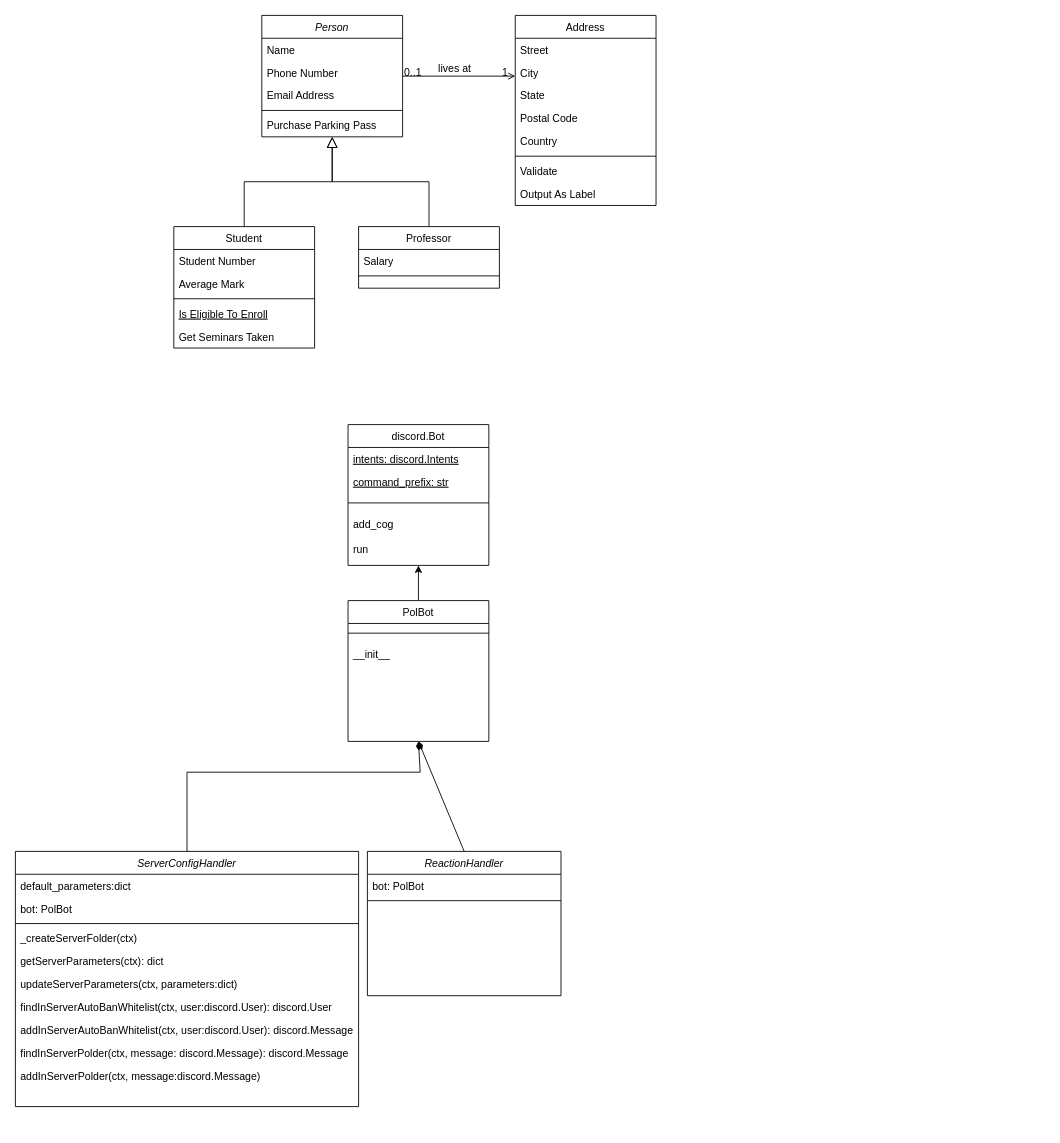
Earlier version of the draw.io diagram Untitled Diagram.drawio (abdann/polbot). Source tidied: cells renumbered, new cells numbered last; positions are measured from the earlier drawing's top-left corner, leaving out a move shared by most shapes. Both pictures are drawn from the tidied source at 88%, with x=0, y=0 at pixel (15, 15).
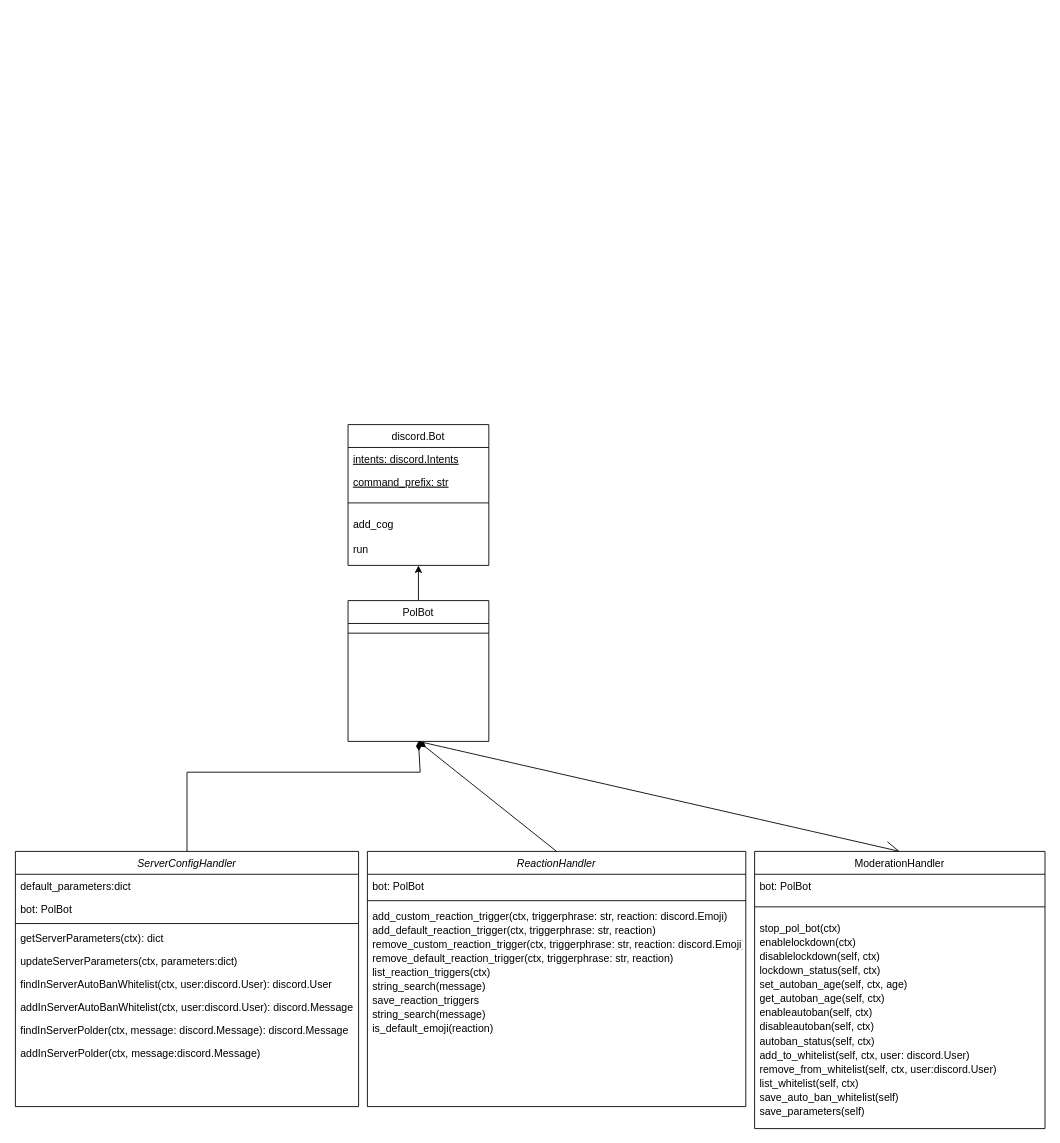
The same page after the edit.

Commit message:
Guild Specific Prototype

Unchanged cells that the change refers to:
```xml
<mxCell id="32" value="ServerConfigHandler" style="swimlane;fontStyle=2;align=center;verticalAlign=top;horizontal=1;startSize=26;rounded=0;shadow=0;strokeWidth=1;" parent="1" vertex="1">
  <mxGeometry y="950" width="390" height="290" as="geometry" />
</mxCell>
<mxCell id="51" value="PolBot" style="swimlane;fontStyle=0;align=center;verticalAlign=top;horizontal=1;startSize=26;rounded=0;shadow=0;strokeWidth=1;" parent="1" vertex="1">
  <mxGeometry x="378" y="665" width="160" height="160" as="geometry" />
</mxCell>
```

Change to the diagram source:
```diff
@@
-    <mxCell id="2" value="Person" style="swimlane;fontStyle=2;align=center;verticalAlign=top;horizontal=1;startSize=26;rounded=0;shadow=0;strokeWidth=1;" parent="1" vertex="1">
-      <mxGeometry x="280" width="160" height="138" as="geometry" />
-    </mxCell>
-    <mxCell id="3" value="Name" style="text;align=left;verticalAlign=top;spacingLeft=4;spacingRight=4;overflow=hidden;" parent="2" vertex="1">
-      <mxGeometry y="26" width="160" height="26" as="geometry" />
-    </mxCell>
-    <mxCell id="4" value="Phone Number" style="text;align=left;verticalAlign=top;spacingLeft=4;spacingRight=4;overflow=hidden;rounded=0;shadow=0;html=0;" parent="2" vertex="1">
-      <mxGeometry y="52" width="160" height="26" as="geometry" />
-    </mxCell>
-    <mxCell id="5" value="Email Address" style="text;align=left;verticalAlign=top;spacingLeft=4;spacingRight=4;overflow=hidden;rounded=0;shadow=0;html=0;" parent="2" vertex="1">
-      <mxGeometry y="78" width="160" height="26" as="geometry" />
-    </mxCell>
-    <mxCell id="6" style="line;html=1;strokeWidth=1;align=left;verticalAlign=middle;spacingTop=-1;spacingLeft=3;spacingRight=3;labelPosition=right;" parent="2" vertex="1">
-      <mxGeometry y="104" width="160" height="8" as="geometry" />
-    </mxCell>
-    <mxCell id="7" value="Purchase Parking Pass" style="text;align=left;verticalAlign=top;spacingLeft=4;spacingRight=4;overflow=hidden;" parent="2" vertex="1">
-      <mxGeometry y="112" width="160" height="26" as="geometry" />
-    </mxCell>
-    <mxCell id="8" value="Student" style="swimlane;fontStyle=0;align=center;verticalAlign=top;horizontal=1;startSize=26;rounded=0;shadow=0;strokeWidth=1;" parent="1" vertex="1">
-      <mxGeometry x="180" y="240" width="160" height="138" as="geometry" />
-    </mxCell>
-    <mxCell id="9" value="Student Number" style="text;align=left;verticalAlign=top;spacingLeft=4;spacingRight=4;overflow=hidden;" parent="8" vertex="1">
-      <mxGeometry y="26" width="160" height="26" as="geometry" />
-    </mxCell>
-    <mxCell id="10" value="Average Mark" style="text;align=left;verticalAlign=top;spacingLeft=4;spacingRight=4;overflow=hidden;rounded=0;shadow=0;html=0;" parent="8" vertex="1">
-      <mxGeometry y="52" width="160" height="26" as="geometry" />
-    </mxCell>
-    <mxCell id="11" style="line;html=1;strokeWidth=1;align=left;verticalAlign=middle;spacingTop=-1;spacingLeft=3;spacingRight=3;labelPosition=right;" parent="8" vertex="1">
-      <mxGeometry y="78" width="160" height="8" as="geometry" />
-    </mxCell>
-    <mxCell id="12" value="Is Eligible To Enroll" style="text;align=left;verticalAlign=top;spacingLeft=4;spacingRight=4;overflow=hidden;fontStyle=4;" parent="8" vertex="1">
-      <mxGeometry y="86" width="160" height="26" as="geometry" />
-    </mxCell>
-    <mxCell id="13" value="Get Seminars Taken" style="text;align=left;verticalAlign=top;spacingLeft=4;spacingRight=4;overflow=hidden;" parent="8" vertex="1">
-      <mxGeometry y="112" width="160" height="26" as="geometry" />
-    </mxCell>
-    <mxCell id="14" style="endArrow=block;endSize=10;endFill=0;shadow=0;strokeWidth=1;rounded=0;edgeStyle=elbowEdgeStyle;elbow=vertical;" parent="1" edge="1" source="8" target="2">
-      <mxGeometry relative="1" as="geometry" />
-    </mxCell>
-    <mxCell id="15" value="Professor" style="swimlane;fontStyle=0;align=center;verticalAlign=top;horizontal=1;startSize=26;rounded=0;shadow=0;strokeWidth=1;" parent="1" vertex="1">
-      <mxGeometry x="390" y="240" width="160" height="70" as="geometry" />
-    </mxCell>
-    <mxCell id="16" value="Salary" style="text;align=left;verticalAlign=top;spacingLeft=4;spacingRight=4;overflow=hidden;" parent="15" vertex="1">
-      <mxGeometry y="26" width="160" height="26" as="geometry" />
-    </mxCell>
-    <mxCell id="17" style="line;html=1;strokeWidth=1;align=left;verticalAlign=middle;spacingTop=-1;spacingLeft=3;spacingRight=3;labelPosition=right;" parent="15" vertex="1">
-      <mxGeometry y="52" width="160" height="8" as="geometry" />
-    </mxCell>
-    <mxCell id="18" style="endArrow=block;endSize=10;endFill=0;shadow=0;strokeWidth=1;rounded=0;edgeStyle=elbowEdgeStyle;elbow=vertical;" parent="1" edge="1" source="15" target="2">
-      <mxGeometry relative="1" as="geometry" />
-    </mxCell>
-    <mxCell id="19" value="Address" style="swimlane;fontStyle=0;align=center;verticalAlign=top;horizontal=1;startSize=26;rounded=0;shadow=0;strokeWidth=1;" parent="1" vertex="1">
-      <mxGeometry x="568" width="160" height="216" as="geometry" />
-    </mxCell>
-    <mxCell id="20" value="Street" style="text;align=left;verticalAlign=top;spacingLeft=4;spacingRight=4;overflow=hidden;" parent="19" vertex="1">
-      <mxGeometry y="26" width="160" height="26" as="geometry" />
-    </mxCell>
-    <mxCell id="21" value="City" style="text;align=left;verticalAlign=top;spacingLeft=4;spacingRight=4;overflow=hidden;rounded=0;shadow=0;html=0;" parent="19" vertex="1">
-      <mxGeometry y="52" width="160" height="26" as="geometry" />
-    </mxCell>
-    <mxCell id="22" value="State" style="text;align=left;verticalAlign=top;spacingLeft=4;spacingRight=4;overflow=hidden;rounded=0;shadow=0;html=0;" parent="19" vertex="1">
-      <mxGeometry y="78" width="160" height="26" as="geometry" />
-    </mxCell>
-    <mxCell id="23" value="Postal Code" style="text;align=left;verticalAlign=top;spacingLeft=4;spacingRight=4;overflow=hidden;rounded=0;shadow=0;html=0;" parent="19" vertex="1">
-      <mxGeometry y="104" width="160" height="26" as="geometry" />
-    </mxCell>
-    <mxCell id="24" value="Country" style="text;align=left;verticalAlign=top;spacingLeft=4;spacingRight=4;overflow=hidden;rounded=0;shadow=0;html=0;" parent="19" vertex="1">
-      <mxGeometry y="130" width="160" height="26" as="geometry" />
-    </mxCell>
-    <mxCell id="25" style="line;html=1;strokeWidth=1;align=left;verticalAlign=middle;spacingTop=-1;spacingLeft=3;spacingRight=3;labelPosition=right;" parent="19" vertex="1">
-      <mxGeometry y="156" width="160" height="8" as="geometry" />
-    </mxCell>
-    <mxCell id="26" value="Validate" style="text;align=left;verticalAlign=top;spacingLeft=4;spacingRight=4;overflow=hidden;" parent="19" vertex="1">
-      <mxGeometry y="164" width="160" height="26" as="geometry" />
-    </mxCell>
-    <mxCell id="27" value="Output As Label" style="text;align=left;verticalAlign=top;spacingLeft=4;spacingRight=4;overflow=hidden;" parent="19" vertex="1">
-      <mxGeometry y="190" width="160" height="26" as="geometry" />
-    </mxCell>
-    <mxCell id="28" style="endArrow=open;shadow=0;strokeWidth=1;rounded=0;endFill=1;edgeStyle=elbowEdgeStyle;elbow=vertical;" parent="1" edge="1" source="2" target="19">
-      <mxGeometry x="0.5" y="41" relative="1" as="geometry">
-        <mxPoint x="-40" y="32" as="offset" />
-      </mxGeometry>
-    </mxCell>
-    <mxCell id="29" value="0..1" style="align=left;verticalAlign=bottom;labelBackgroundColor=none;fontSize=12;" parent="28" vertex="1">
-      <mxGeometry x="-1" relative="1" as="geometry">
-        <mxPoint y="4" as="offset" />
-      </mxGeometry>
-    </mxCell>
-    <mxCell id="30" value="1" style="align=right;verticalAlign=bottom;labelBackgroundColor=none;fontSize=12;" parent="28" vertex="1">
-      <mxGeometry x="1" relative="1" as="geometry">
-        <mxPoint x="-7" y="4" as="offset" />
-      </mxGeometry>
-    </mxCell>
-    <mxCell id="31" value="lives at" style="text;html=1;align=center;verticalAlign=middle;labelBackgroundColor=none;rounded=0;shadow=0;strokeWidth=1;fontSize=12;" parent="28" vertex="1">
-      <mxGeometry x="0.5" y="49" relative="1" as="geometry">
-        <mxPoint x="-38" y="40" as="offset" />
-      </mxGeometry>
-    </mxCell>
@@
-    <mxCell id="36" value="_createServerFolder(ctx)" style="text;align=left;verticalAlign=top;spacingLeft=4;spacingRight=4;overflow=hidden;" parent="32" vertex="1">
-      <mxGeometry y="86" width="390" height="26" as="geometry" />
-    </mxCell>
     <mxCell id="37" value="getServerParameters(ctx): dict" style="text;align=left;verticalAlign=top;spacingLeft=4;spacingRight=4;overflow=hidden;" parent="32" vertex="1">
-      <mxGeometry y="112" width="390" height="26" as="geometry" />
+      <mxGeometry y="86" width="390" height="26" as="geometry" />
     </mxCell>
     <mxCell id="38" value="updateServerParameters(ctx, parameters:dict)" style="text;align=left;verticalAlign=top;spacingLeft=4;spacingRight=4;overflow=hidden;" parent="32" vertex="1">
-      <mxGeometry y="138" width="390" height="26" as="geometry" />
+      <mxGeometry y="112" width="390" height="26" as="geometry" />
     </mxCell>
     <mxCell id="39" value="findInServerAutoBanWhitelist(ctx, user:discord.User): discord.User" style="text;align=left;verticalAlign=top;spacingLeft=4;spacingRight=4;overflow=hidden;" parent="32" vertex="1">
-      <mxGeometry y="164" width="390" height="26" as="geometry" />
+      <mxGeometry y="138" width="390" height="26" as="geometry" />
     </mxCell>
     <mxCell id="40" value="addInServerAutoBanWhitelist(ctx, user:discord.User): discord.Message" style="text;align=left;verticalAlign=top;spacingLeft=4;spacingRight=4;overflow=hidden;" parent="32" vertex="1">
-      <mxGeometry y="190" width="390" height="26" as="geometry" />
+      <mxGeometry y="164" width="390" height="26" as="geometry" />
     </mxCell>
     <mxCell id="41" value="findInServerPolder(ctx, message: discord.Message): discord.Message" style="text;align=left;verticalAlign=top;spacingLeft=4;spacingRight=4;overflow=hidden;" parent="32" vertex="1">
-      <mxGeometry y="216" width="390" height="26" as="geometry" />
+      <mxGeometry y="190" width="390" height="26" as="geometry" />
     </mxCell>
     <mxCell id="42" value="addInServerPolder(ctx, message:discord.Message)" style="text;align=left;verticalAlign=top;spacingLeft=4;spacingRight=4;overflow=hidden;" parent="32" vertex="1">
-      <mxGeometry y="242" width="390" height="26" as="geometry" />
+      <mxGeometry y="216" width="390" height="26" as="geometry" />
     </mxCell>
@@
+    <mxCell id="58" style="edgeStyle=none;curved=1;rounded=0;jettySize=auto;html=1;endArrow=open;startSize=14;endSize=14;sourcePerimeterSpacing=8;targetPerimeterSpacing=8;entryX=0.5;entryY=0;entryDx=0;entryDy=0;exitX=0.5;exitY=1;exitDx=0;exitDy=0;" parent="1" edge="1" source="51" target="67">
+      <mxGeometry relative="1" as="geometry" />
+    </mxCell>
@@
-    <mxCell id="53" value="__init__" style="text;align=left;verticalAlign=top;spacingLeft=4;spacingRight=4;overflow=hidden;" parent="51" vertex="1">
-      <mxGeometry y="48" width="160" height="28" as="geometry" />
-    </mxCell>
     <mxCell id="54" value="ReactionHandler" style="swimlane;fontStyle=2;align=center;verticalAlign=top;horizontal=1;startSize=26;rounded=0;shadow=0;strokeWidth=1;" parent="1" vertex="1">
-      <mxGeometry x="400" y="950" width="220" height="164" as="geometry" />
+      <mxGeometry x="400" y="950" width="430" height="290" as="geometry" />
     </mxCell>
     <mxCell id="55" value="bot: PolBot" style="text;align=left;verticalAlign=top;spacingLeft=4;spacingRight=4;overflow=hidden;rounded=0;shadow=0;html=0;" parent="54" vertex="1">
-      <mxGeometry y="26" width="220" height="26" as="geometry" />
+      <mxGeometry y="26" width="430" height="26" as="geometry" />
     </mxCell>
     <mxCell id="56" style="line;html=1;strokeWidth=1;align=left;verticalAlign=middle;spacingTop=-1;spacingLeft=3;spacingRight=3;labelPosition=right;" parent="54" vertex="1">
-      <mxGeometry y="52" width="220" height="8" as="geometry" />
+      <mxGeometry y="52" width="430" height="8" as="geometry" />
     </mxCell>
+    <mxCell id="36" value="add_custom_reaction_trigger(ctx, triggerphrase: str, reaction: discord.Emoji)" style="text;align=left;verticalAlign=top;spacingLeft=4;spacingRight=4;overflow=hidden;" parent="54" vertex="1">
+      <mxGeometry y="60" width="430" height="16" as="geometry" />
+    </mxCell>
+    <mxCell id="59" value="add_default_reaction_trigger(ctx, triggerphrase: str, reaction)" style="text;align=left;verticalAlign=top;spacingLeft=4;spacingRight=4;overflow=hidden;" parent="54" vertex="1">
+      <mxGeometry y="76" width="430" height="16" as="geometry" />
+    </mxCell>
+    <mxCell id="60" value="remove_custom_reaction_trigger(ctx, triggerphrase: str, reaction: discord.Emoji)" style="text;align=left;verticalAlign=top;spacingLeft=4;spacingRight=4;overflow=hidden;" parent="54" vertex="1">
+      <mxGeometry y="92" width="430" height="16" as="geometry" />
+    </mxCell>
+    <mxCell id="61" value="remove_default_reaction_trigger(ctx, triggerphrase: str, reaction)" style="text;align=left;verticalAlign=top;spacingLeft=4;spacingRight=4;overflow=hidden;" parent="54" vertex="1">
+      <mxGeometry y="108" width="430" height="16" as="geometry" />
+    </mxCell>
+    <mxCell id="62" value="list_reaction_triggers(ctx)" style="text;align=left;verticalAlign=top;spacingLeft=4;spacingRight=4;overflow=hidden;" parent="54" vertex="1">
+      <mxGeometry y="124" width="430" height="16" as="geometry" />
+    </mxCell>
+    <mxCell id="63" value="string_search(message)" style="text;align=left;verticalAlign=top;spacingLeft=4;spacingRight=4;overflow=hidden;" parent="54" vertex="1">
+      <mxGeometry y="140" width="430" height="16" as="geometry" />
+    </mxCell>
+    <mxCell id="64" value="save_reaction_triggers" style="text;align=left;verticalAlign=top;spacingLeft=4;spacingRight=4;overflow=hidden;" parent="54" vertex="1">
+      <mxGeometry y="156" width="430" height="16" as="geometry" />
+    </mxCell>
+    <mxCell id="65" value="string_search(message)" style="text;align=left;verticalAlign=top;spacingLeft=4;spacingRight=4;overflow=hidden;" parent="54" vertex="1">
+      <mxGeometry y="172" width="430" height="16" as="geometry" />
+    </mxCell>
+    <mxCell id="66" value="is_default_emoji(reaction)" style="text;align=left;verticalAlign=top;spacingLeft=4;spacingRight=4;overflow=hidden;" parent="54" vertex="1">
+      <mxGeometry y="188" width="430" height="16" as="geometry" />
+    </mxCell>
@@
+    <mxCell id="67" value="ModerationHandler" style="swimlane;fontStyle=0;align=center;verticalAlign=top;horizontal=1;startSize=26;rounded=0;shadow=0;strokeWidth=1;hachureGap=4;" parent="1" vertex="1">
+      <mxGeometry x="840" y="950" width="330" height="315" as="geometry" />
+    </mxCell>
+    <mxCell id="68" value="bot: PolBot" style="text;align=left;verticalAlign=top;spacingLeft=4;spacingRight=4;overflow=hidden;rounded=0;shadow=0;html=0;" parent="67" vertex="1">
+      <mxGeometry y="26" width="330" height="26" as="geometry" />
+    </mxCell>
+    <mxCell id="69" style="line;html=1;strokeWidth=1;align=left;verticalAlign=middle;spacingTop=-1;spacingLeft=3;spacingRight=3;labelPosition=right;" parent="67" vertex="1">
+      <mxGeometry y="52" width="330" height="22" as="geometry" />
+    </mxCell>
+    <mxCell id="70" value="stop_pol_bot(ctx)" style="text;align=left;verticalAlign=top;spacingLeft=4;spacingRight=4;overflow=hidden;" parent="67" vertex="1">
+      <mxGeometry y="74" width="330" height="16" as="geometry" />
+    </mxCell>
+    <mxCell id="71" value="enablelockdown(ctx)" style="text;align=left;verticalAlign=top;spacingLeft=4;spacingRight=4;overflow=hidden;" parent="67" vertex="1">
+      <mxGeometry y="90" width="330" height="16" as="geometry" />
+    </mxCell>
+    <mxCell id="72" value="disablelockdown(self, ctx)" style="text;align=left;verticalAlign=top;spacingLeft=4;spacingRight=4;overflow=hidden;" parent="67" vertex="1">
+      <mxGeometry y="106" width="330" height="16" as="geometry" />
+    </mxCell>
+    <mxCell id="73" value="lockdown_status(self, ctx)" style="text;align=left;verticalAlign=top;spacingLeft=4;spacingRight=4;overflow=hidden;" parent="67" vertex="1">
+      <mxGeometry y="122" width="330" height="16" as="geometry" />
+    </mxCell>
+    <mxCell id="74" value="set_autoban_age(self, ctx, age)" style="text;align=left;verticalAlign=top;spacingLeft=4;spacingRight=4;overflow=hidden;" parent="67" vertex="1">
+      <mxGeometry y="138" width="330" height="16" as="geometry" />
+    </mxCell>
+    <mxCell id="75" value="get_autoban_age(self, ctx)" style="text;align=left;verticalAlign=top;spacingLeft=4;spacingRight=4;overflow=hidden;" parent="67" vertex="1">
+      <mxGeometry y="154" width="330" height="16" as="geometry" />
+    </mxCell>
+    <mxCell id="76" value="enableautoban(self, ctx)" style="text;align=left;verticalAlign=top;spacingLeft=4;spacingRight=4;overflow=hidden;" parent="67" vertex="1">
+      <mxGeometry y="170" width="330" height="16" as="geometry" />
+    </mxCell>
+    <mxCell id="77" value="disableautoban(self, ctx)" style="text;align=left;verticalAlign=top;spacingLeft=4;spacingRight=4;overflow=hidden;" parent="67" vertex="1">
+      <mxGeometry y="186" width="330" height="16" as="geometry" />
+    </mxCell>
+    <mxCell id="78" value="autoban_status(self, ctx)" style="text;align=left;verticalAlign=top;spacingLeft=4;spacingRight=4;overflow=hidden;" parent="67" vertex="1">
+      <mxGeometry y="202" width="330" height="16" as="geometry" />
+    </mxCell>
+    <mxCell id="79" value="add_to_whitelist(self, ctx, user: discord.User)" style="text;align=left;verticalAlign=top;spacingLeft=4;spacingRight=4;overflow=hidden;" parent="67" vertex="1">
+      <mxGeometry y="218" width="330" height="16" as="geometry" />
+    </mxCell>
+    <mxCell id="80" value="remove_from_whitelist(self, ctx, user:discord.User)" style="text;align=left;verticalAlign=top;spacingLeft=4;spacingRight=4;overflow=hidden;" parent="67" vertex="1">
+      <mxGeometry y="234" width="330" height="16" as="geometry" />
+    </mxCell>
+    <mxCell id="81" value="list_whitelist(self, ctx)" style="text;align=left;verticalAlign=top;spacingLeft=4;spacingRight=4;overflow=hidden;" parent="67" vertex="1">
+      <mxGeometry y="250" width="330" height="16" as="geometry" />
+    </mxCell>
+    <mxCell id="82" value="save_auto_ban_whitelist(self)" style="text;align=left;verticalAlign=top;spacingLeft=4;spacingRight=4;overflow=hidden;" parent="67" vertex="1">
+      <mxGeometry y="266" width="330" height="16" as="geometry" />
+    </mxCell>
+    <mxCell id="83" value="save_parameters(self)" style="text;align=left;verticalAlign=top;spacingLeft=4;spacingRight=4;overflow=hidden;" parent="67" vertex="1">
+      <mxGeometry y="282" width="330" height="16" as="geometry" />
+    </mxCell>
```
